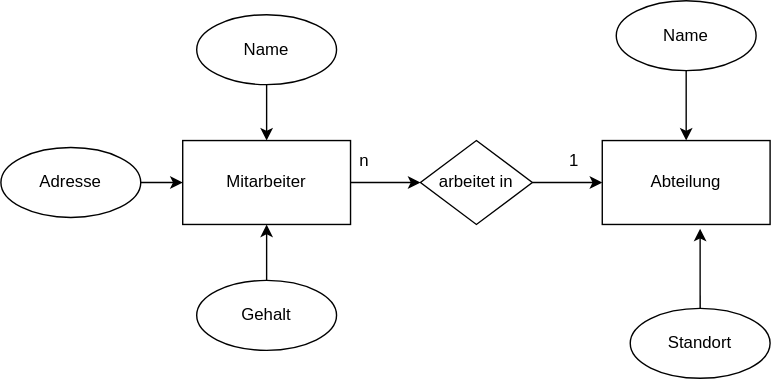
Before: modul/Datenschema/bilder/erd-1-mitarbeiterverzeichnis.svg, a diagram exported from draw.io (bbz-biel-informatik/290-datenbanken). Source tidied: cells renumbered, new cells last; positions are measured from the earlier drawing's top-left corner, leaving out a move shared by most shapes.
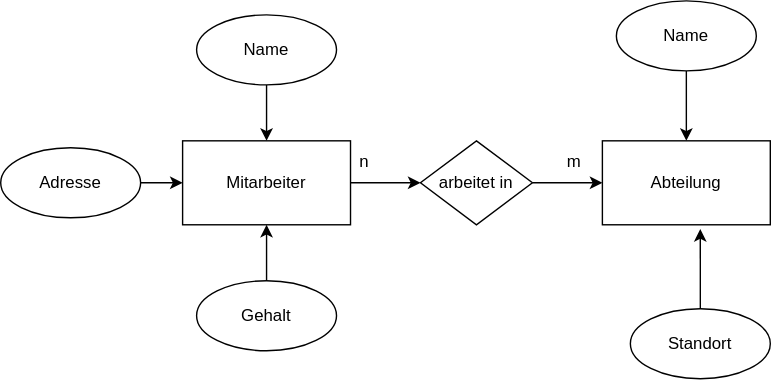
Above is the later version.

Change to the diagram source:
```diff
@@ -50,7 +50,7 @@
     <mxCell id="17" value="n" style="text;html=1;whiteSpace=wrap;strokeColor=none;fillColor=none;align=center;verticalAlign=middle;rounded=0;" parent="1" vertex="1">
       <mxGeometry x="230" y="100" width="60" height="30" as="geometry" />
     </mxCell>
-    <mxCell id="18" value="1" style="text;html=1;whiteSpace=wrap;strokeColor=none;fillColor=none;align=center;verticalAlign=middle;rounded=0;" parent="1" vertex="1">
+    <mxCell id="18" value="m" style="text;html=1;whiteSpace=wrap;strokeColor=none;fillColor=none;align=center;verticalAlign=middle;rounded=0;" parent="1" vertex="1">
       <mxGeometry x="380" y="100" width="60" height="30" as="geometry" />
     </mxCell>
   </root>
```
